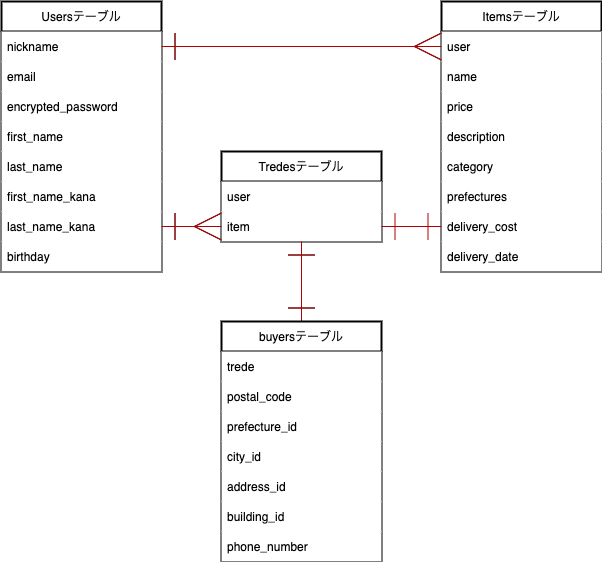
YamaTakuYo/furima-37669 keeps this draw.io diagram as ER.png. Above is the earlier version. Source tidied: cells renumbered, new cells last; positions are measured from the earlier drawing's top-left corner, leaving out a move shared by most shapes.
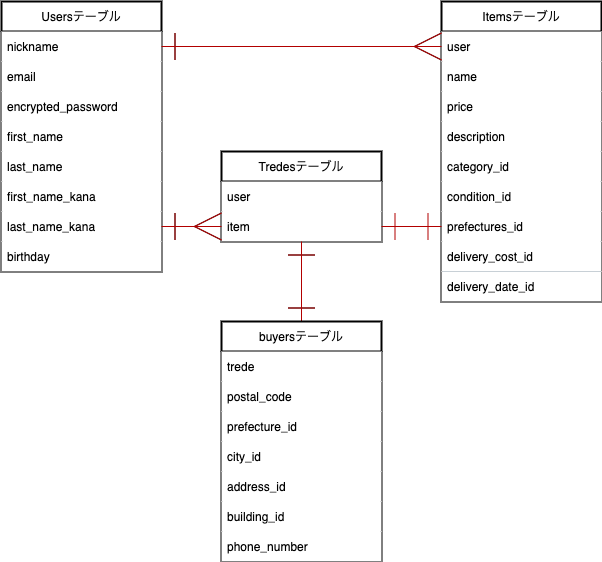
Later version of the same file.

Commit message:
ER図、README修正(Itemテーブル商品状態追加)

Diff of the diagram source:
```diff
@@ -136,7 +136,7 @@
       <mxGeometry y="60" width="160" height="30" as="geometry" />
     </mxCell>
     <mxCell id="47" value="Itemsテーブル" style="swimlane;fontStyle=0;horizontal=1;startSize=30;strokeWidth=2;" parent="34" vertex="1">
-      <mxGeometry x="440" width="160" height="270" as="geometry" />
+      <mxGeometry x="440" width="160" height="300" as="geometry" />
     </mxCell>
     <mxCell id="48" value="user" style="text;strokeColor=none;fillColor=default;align=left;verticalAlign=middle;spacingLeft=4;spacingRight=4;overflow=hidden;points=[[0,0.5],[1,0.5]];portConstraint=eastwest;" parent="47" vertex="1">
       <mxGeometry y="30" width="160" height="30" as="geometry" />
@@ -150,17 +150,20 @@
     <mxCell id="51" value="description" style="text;strokeColor=none;fillColor=default;align=left;verticalAlign=middle;spacingLeft=4;spacingRight=4;overflow=hidden;" parent="47" vertex="1">
       <mxGeometry y="120" width="160" height="30" as="geometry" />
     </mxCell>
-    <mxCell id="52" value="category" style="text;strokeColor=none;fillColor=default;align=left;verticalAlign=middle;spacingLeft=4;spacingRight=4;overflow=hidden;" parent="47" vertex="1">
+    <mxCell id="52" value="category_id" style="text;strokeColor=none;fillColor=default;align=left;verticalAlign=middle;spacingLeft=4;spacingRight=4;overflow=hidden;" parent="47" vertex="1">
       <mxGeometry y="150" width="160" height="30" as="geometry" />
     </mxCell>
+    <mxCell id="68" value="condition_id" style="text;strokeColor=none;fillColor=default;align=left;verticalAlign=middle;spacingLeft=4;spacingRight=4;overflow=hidden;" parent="47" vertex="1">
+      <mxGeometry y="180" width="160" height="30" as="geometry" />
+    </mxCell>
-    <mxCell id="53" value="prefectures" style="text;strokeColor=none;fillColor=default;align=left;verticalAlign=middle;spacingLeft=4;spacingRight=4;overflow=hidden;points=[[0,0.5],[1,0.5]];portConstraint=eastwest;" parent="47" vertex="1">
-      <mxGeometry y="180" width="160" height="30" as="geometry" />
+    <mxCell id="53" value="prefectures_id" style="text;strokeColor=none;fillColor=default;align=left;verticalAlign=middle;spacingLeft=4;spacingRight=4;overflow=hidden;points=[[0,0.5],[1,0.5]];portConstraint=eastwest;" parent="47" vertex="1">
+      <mxGeometry y="210" width="160" height="30" as="geometry" />
     </mxCell>
-    <mxCell id="54" value="delivery_cost" style="text;strokeColor=none;fillColor=default;align=left;verticalAlign=middle;spacingLeft=4;spacingRight=4;overflow=hidden;points=[[0,0.5],[1,0.5]];portConstraint=eastwest;" parent="47" vertex="1">
-      <mxGeometry y="210" width="160" height="30" as="geometry" />
+    <mxCell id="54" value="delivery_cost_id" style="text;strokeColor=none;fillColor=default;align=left;verticalAlign=middle;spacingLeft=4;spacingRight=4;overflow=hidden;points=[[0,0.5],[1,0.5]];portConstraint=eastwest;" parent="47" vertex="1">
+      <mxGeometry y="240" width="160" height="30" as="geometry" />
     </mxCell>
-    <mxCell id="55" value="delivery_date" style="text;strokeColor=none;fillColor=default;align=left;verticalAlign=middle;spacingLeft=4;spacingRight=4;overflow=hidden;" parent="47" vertex="1">
-      <mxGeometry y="240" width="160" height="30" as="geometry" />
+    <mxCell id="55" value="delivery_date_id" style="text;strokeColor=none;fillColor=default;align=left;verticalAlign=middle;spacingLeft=4;spacingRight=4;overflow=hidden;" parent="47" vertex="1">
+      <mxGeometry y="270" width="160" height="30" as="geometry" />
     </mxCell>
     <mxCell id="56" style="edgeStyle=none;html=1;exitX=0.5;exitY=0;exitDx=0;exitDy=0;startArrow=ERone;startFill=0;endArrow=ERone;endFill=0;startSize=25;endSize=25;fillColor=#e51400;strokeColor=#B20000;" parent="34" edge="1" source="57" target="46">
       <mxGeometry relative="1" as="geometry" />
@@ -195,7 +198,7 @@
     <mxCell id="66" style="edgeStyle=none;html=1;exitX=0;exitY=0.5;exitDx=0;exitDy=0;entryX=1;entryY=0.5;entryDx=0;entryDy=0;startArrow=ERmany;startFill=0;endArrow=ERone;endFill=0;startSize=25;endSize=25;fillColor=#e51400;strokeColor=#B20000;" parent="34" edge="1" source="46" target="42">
       <mxGeometry relative="1" as="geometry" />
     </mxCell>
-    <mxCell id="67" style="edgeStyle=none;html=1;exitX=1;exitY=0.5;exitDx=0;exitDy=0;entryX=0;entryY=0.5;entryDx=0;entryDy=0;startArrow=ERone;startFill=0;endArrow=ERone;endFill=0;startSize=25;endSize=25;fillColor=#e51400;strokeColor=#B20000;" parent="34" edge="1" source="46" target="54">
+    <mxCell id="67" style="edgeStyle=none;html=1;exitX=1;exitY=0.5;exitDx=0;exitDy=0;entryX=0;entryY=0.5;entryDx=0;entryDy=0;startArrow=ERone;startFill=0;endArrow=ERone;endFill=0;startSize=25;endSize=25;fillColor=#e51400;strokeColor=#B20000;" parent="34" edge="1" source="46" target="53">
       <mxGeometry relative="1" as="geometry" />
     </mxCell>
   </root>
```
